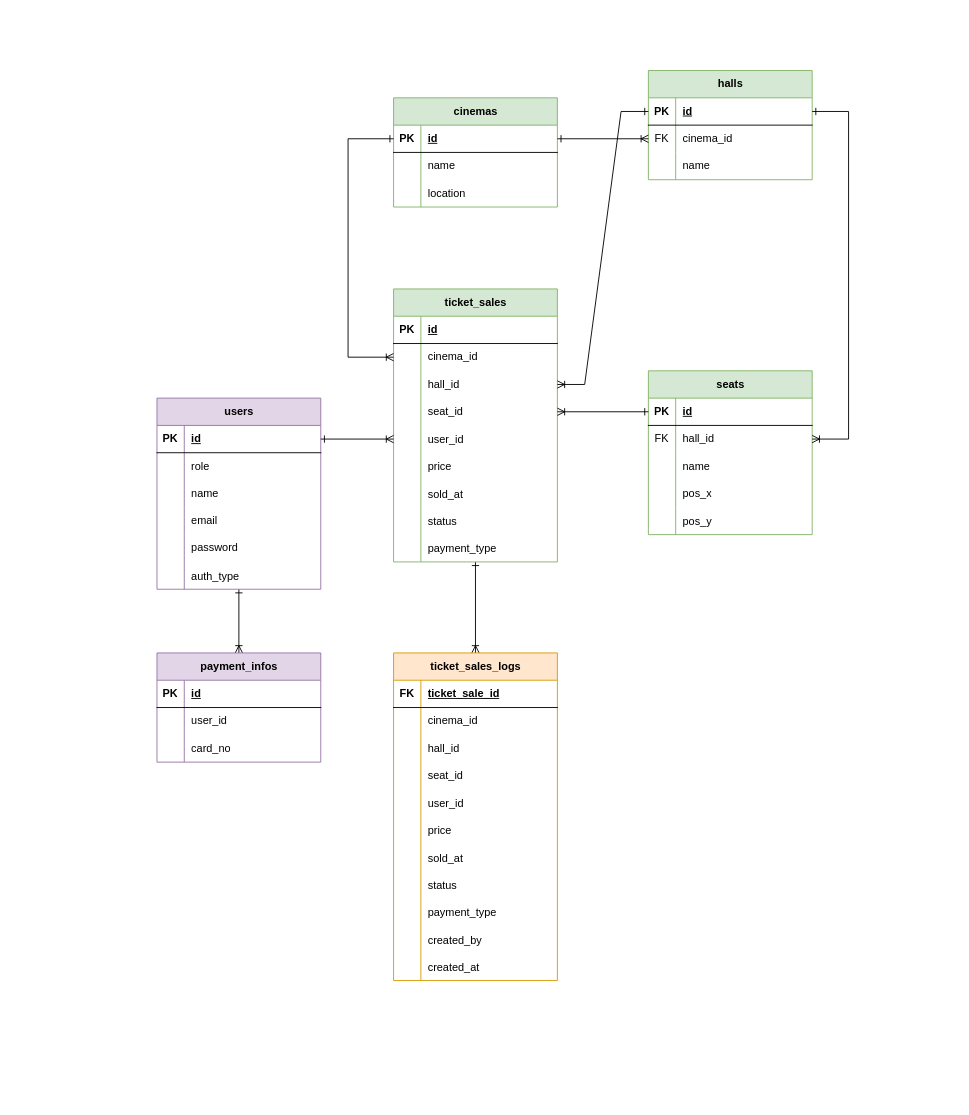
Earlier version of the draw.io diagram diagrams/data_schema/DataSchema.drawio (wai-lin/m5_cinema_system). Source tidied: cells renumbered, new cells numbered last; positions are measured from the earlier drawing's top-left corner, leaving out a move shared by most shapes. Both pictures are drawn from the tidied source at 91%, with x=0, y=0 at pixel (157, 70).
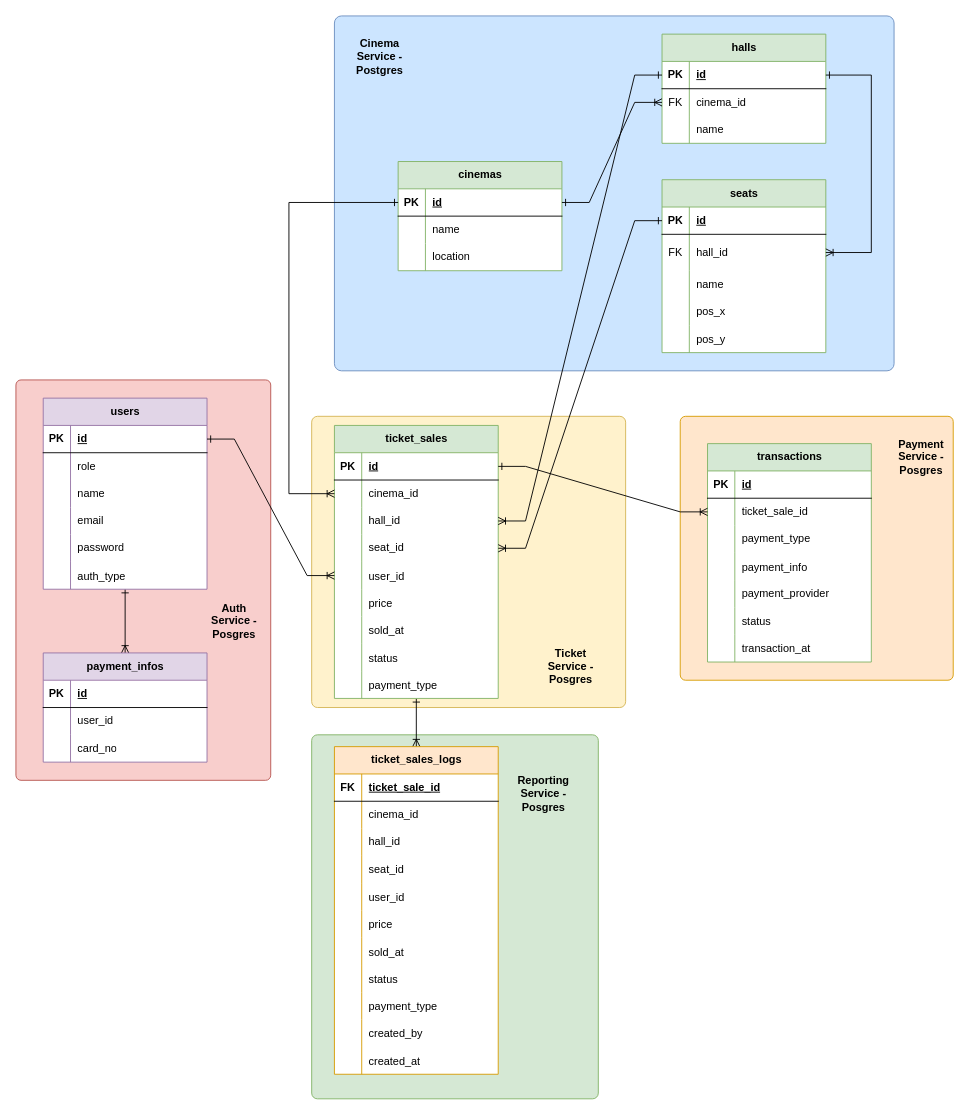
After the change.

Commit message (it also covers changes not shown here):
separate data schemas by services

The change refers to these unchanged cells:
```xml
<mxCell id="3" style="shape=tableRow;horizontal=0;startSize=0;swimlaneHead=0;swimlaneBody=0;fillColor=none;points=[[0,0.5],[1,0.5]];portConstraint=eastwest;top=0;left=0;right=0;bottom=1;" parent="2" vertex="1">
  <mxGeometry y="30" width="180" height="30" as="geometry" />
</mxCell>
<mxCell id="13" style="shape=tableRow;horizontal=0;startSize=0;swimlaneHead=0;swimlaneBody=0;fillColor=none;points=[[0,0.5],[1,0.5]];portConstraint=eastwest;top=0;left=0;right=0;bottom=1;" parent="12" vertex="1">
  <mxGeometry y="30" width="180" height="30" as="geometry" />
</mxCell>
<mxCell id="16" style="shape=tableRow;horizontal=0;startSize=0;swimlaneHead=0;swimlaneBody=0;fillColor=none;points=[[0,0.5],[1,0.5]];portConstraint=eastwest;top=0;left=0;right=0;bottom=0;" parent="12" vertex="1">
  <mxGeometry y="60" width="180" height="30" as="geometry" />
</mxCell>
<mxCell id="23" style="shape=tableRow;horizontal=0;startSize=0;swimlaneHead=0;swimlaneBody=0;fillColor=none;points=[[0,0.5],[1,0.5]];portConstraint=eastwest;top=0;left=0;right=0;bottom=1;" parent="22" vertex="1">
  <mxGeometry y="30" width="180" height="30" as="geometry" />
</mxCell>
<mxCell id="40" style="shape=tableRow;horizontal=0;startSize=0;swimlaneHead=0;swimlaneBody=0;fillColor=none;points=[[0,0.5],[1,0.5]];portConstraint=eastwest;top=0;left=0;right=0;bottom=1;" parent="39" vertex="1">
  <mxGeometry y="30" width="180" height="30" as="geometry" />
</mxCell>
<mxCell id="43" style="shape=tableRow;horizontal=0;startSize=0;swimlaneHead=0;swimlaneBody=0;fillColor=none;points=[[0,0.5],[1,0.5]];portConstraint=eastwest;top=0;left=0;right=0;bottom=0;" parent="39" vertex="1">
  <mxGeometry y="60" width="180" height="30" as="geometry" />
</mxCell>
<mxCell id="49" style="shape=tableRow;horizontal=0;startSize=0;swimlaneHead=0;swimlaneBody=0;fillColor=none;points=[[0,0.5],[1,0.5]];portConstraint=eastwest;top=0;left=0;right=0;bottom=0;" parent="39" vertex="1">
  <mxGeometry y="120" width="180" height="30" as="geometry" />
</mxCell>
<mxCell id="52" style="shape=tableRow;horizontal=0;startSize=0;swimlaneHead=0;swimlaneBody=0;fillColor=none;points=[[0,0.5],[1,0.5]];portConstraint=eastwest;top=0;left=0;right=0;bottom=0;" parent="39" vertex="1">
  <mxGeometry y="150" width="180" height="30" as="geometry" />
</mxCell>
<mxCell id="69" style="shape=tableRow;horizontal=0;startSize=0;swimlaneHead=0;swimlaneBody=0;fillColor=none;points=[[0,0.5],[1,0.5]];portConstraint=eastwest;top=0;left=0;right=0;bottom=1;" parent="68" vertex="1">
  <mxGeometry y="30" width="180" height="30" as="geometry" />
</mxCell>
```

Change to the diagram source:
```diff
@@
+    <mxCell id="137" style="rounded=1;whiteSpace=wrap;html=1;arcSize=2;fillColor=#ffe6cc;strokeColor=#d79b00;" parent="1" vertex="1">
+      <mxGeometry x="575" y="380" width="300" height="290" as="geometry" />
+    </mxCell>
+    <mxCell id="138" style="rounded=1;whiteSpace=wrap;html=1;arcSize=2;fillColor=#f8cecc;strokeColor=#b85450;" parent="1" vertex="1">
+      <mxGeometry x="-155" y="340" width="280" height="440" as="geometry" />
+    </mxCell>
+    <mxCell id="139" style="rounded=1;whiteSpace=wrap;html=1;arcSize=2;fillColor=#d5e8d4;strokeColor=#82b366;" parent="1" vertex="1">
+      <mxGeometry x="170" y="730" width="315" height="400" as="geometry" />
+    </mxCell>
+    <mxCell id="140" style="rounded=1;whiteSpace=wrap;html=1;arcSize=2;fillColor=#fff2cc;strokeColor=#d6b656;" parent="1" vertex="1">
+      <mxGeometry x="170" y="380" width="345" height="320" as="geometry" />
+    </mxCell>
+    <mxCell id="141" style="rounded=1;whiteSpace=wrap;html=1;arcSize=2;fillColor=#CCE5FF;strokeColor=#6c8ebf;" parent="1" vertex="1">
+      <mxGeometry x="195" y="-60" width="615" height="390" as="geometry" />
+    </mxCell>
-    <mxCell id="2" value="cinemas" style="shape=table;startSize=30;childLayout=tableLayout;rowLines=0;fontStyle=1;align=center;html=1;fillColor=#d5e8d4;strokeColor=#82b366;" parent="1" vertex="1">
-      <mxGeometry x="260" y="30" width="180" height="120" as="geometry" />
+    <mxCell id="2" value="cinemas" style="shape=table;startSize=30;childLayout=tableLayout;rowLines=0;fontStyle=1;align=center;html=1;fillColor=#d5e8d4;strokeColor=#82b366;swimlaneFillColor=default;" parent="1" vertex="1">
+      <mxGeometry x="265" y="100" width="180" height="120" as="geometry" />
     </mxCell>
@@
-    <mxCell id="12" value="halls" style="shape=table;startSize=30;childLayout=tableLayout;rowLines=0;fontStyle=1;align=center;html=1;fillColor=#d5e8d4;strokeColor=#82b366;" parent="1" vertex="1">
-      <mxGeometry x="540" width="180" height="120" as="geometry" />
+    <mxCell id="12" value="halls" style="shape=table;startSize=30;childLayout=tableLayout;rowLines=0;fontStyle=1;align=center;html=1;fillColor=#d5e8d4;strokeColor=#82b366;swimlaneFillColor=default;" parent="1" vertex="1">
+      <mxGeometry x="555" y="-40" width="180" height="120" as="geometry" />
     </mxCell>
@@
-    <mxCell id="22" value="seats" style="shape=table;startSize=30;childLayout=tableLayout;rowLines=0;fontStyle=1;align=center;html=1;fillColor=#d5e8d4;strokeColor=#82b366;" parent="1" vertex="1">
-      <mxGeometry x="540" y="330" width="180" height="180" as="geometry" />
+    <mxCell id="22" value="seats" style="shape=table;startSize=30;childLayout=tableLayout;rowLines=0;fontStyle=1;align=center;html=1;fillColor=#d5e8d4;strokeColor=#82b366;swimlaneFillColor=default;" parent="1" vertex="1">
+      <mxGeometry x="555" y="120" width="180" height="190" as="geometry" />
     </mxCell>
@@
     <mxCell id="26" style="shape=tableRow;horizontal=0;startSize=0;swimlaneHead=0;swimlaneBody=0;fillColor=none;points=[[0,0.5],[1,0.5]];portConstraint=eastwest;top=0;left=0;right=0;bottom=0;" parent="22" vertex="1">
-      <mxGeometry y="60" width="180" height="30" as="geometry" />
+      <mxGeometry y="60" width="180" height="40" as="geometry" />
     </mxCell>
     <mxCell id="27" value="FK" style="shape=partialRectangle;fillColor=none;top=0;left=0;bottom=0;right=0;overflow=hidden;whiteSpace=wrap;html=1;" parent="26" vertex="1">
-      <mxGeometry width="30" height="30" as="geometry" />
+      <mxGeometry width="30" height="40" as="geometry" />
     </mxCell>
     <mxCell id="28" value="hall_id" style="shape=partialRectangle;fillColor=none;top=0;left=0;bottom=0;right=0;align=left;spacingLeft=6;overflow=hidden;whiteSpace=wrap;html=1;" parent="26" vertex="1">
-      <mxGeometry x="30" width="150" height="30" as="geometry" />
+      <mxGeometry x="30" width="150" height="40" as="geometry" />
     </mxCell>
     <mxCell id="29" style="shape=tableRow;horizontal=0;startSize=0;swimlaneHead=0;swimlaneBody=0;fillColor=none;top=0;left=0;right=0;bottom=0;" parent="22" vertex="1">
-      <mxGeometry y="90" width="180" height="30" as="geometry" />
+      <mxGeometry y="100" width="180" height="30" as="geometry" />
     </mxCell>
@@
     <mxCell id="32" style="shape=tableRow;horizontal=0;startSize=0;swimlaneHead=0;swimlaneBody=0;fillColor=none;top=0;left=0;right=0;bottom=0;" parent="22" vertex="1">
-      <mxGeometry y="120" width="180" height="30" as="geometry" />
+      <mxGeometry y="130" width="180" height="30" as="geometry" />
     </mxCell>
@@
     <mxCell id="35" style="shape=tableRow;horizontal=0;startSize=0;swimlaneHead=0;swimlaneBody=0;fillColor=none;top=0;left=0;right=0;bottom=0;" parent="22" vertex="1">
-      <mxGeometry y="150" width="180" height="30" as="geometry" />
+      <mxGeometry y="160" width="180" height="30" as="geometry" />
     </mxCell>
@@
-    <mxCell id="39" value="ticket_sales" style="shape=table;startSize=30;childLayout=tableLayout;rowLines=0;fontStyle=1;align=center;html=1;fillColor=#d5e8d4;strokeColor=#82b366;" parent="1" vertex="1">
-      <mxGeometry x="260" y="240" width="180" height="300" as="geometry" />
+    <mxCell id="39" value="ticket_sales" style="shape=table;startSize=30;childLayout=tableLayout;rowLines=0;fontStyle=1;align=center;html=1;fillColor=#d5e8d4;strokeColor=#82b366;swimlaneFillColor=default;" parent="1" vertex="1">
+      <mxGeometry x="195" y="390" width="180" height="300" as="geometry" />
     </mxCell>
@@
-    <mxCell id="68" value="users" style="shape=table;startSize=30;childLayout=tableLayout;rowLines=0;fontStyle=1;align=center;html=1;fillColor=#e1d5e7;strokeColor=#9673a6;" parent="1" vertex="1">
-      <mxGeometry y="360" width="180" height="210" as="geometry" />
+    <mxCell id="68" value="users" style="shape=table;startSize=30;childLayout=tableLayout;rowLines=0;fontStyle=1;align=center;html=1;fillColor=#e1d5e7;strokeColor=#9673a6;swimlaneFillColor=default;" parent="1" vertex="1">
+      <mxGeometry x="-125" y="360" width="180" height="210" as="geometry" />
     </mxCell>
@@
-    <mxCell id="87" style="rounded=0;jettySize=auto;html=1;entryX=0;entryY=0.5;entryDx=0;entryDy=0;startArrow=ERone;startFill=0;endArrow=ERoneToMany;endFill=0;" parent="1" edge="1" source="3" target="16">
+    <mxCell id="87" style="rounded=0;jettySize=auto;html=1;entryX=0;entryY=0.5;entryDx=0;entryDy=0;startArrow=ERone;startFill=0;endArrow=ERoneToMany;endFill=0;edgeStyle=entityRelationEdgeStyle;" parent="1" edge="1" source="3" target="16">
       <mxGeometry relative="1" as="geometry" />
     </mxCell>
-    <mxCell id="88" style="edgeStyle=orthogonalEdgeStyle;rounded=0;jettySize=auto;html=1;elbow=vertical;endArrow=ERoneToMany;endFill=0;startArrow=ERone;startFill=0;exitX=0;exitY=0.5;exitDx=0;exitDy=0;" parent="1" edge="1" source="3">
-      <mxGeometry relative="1" as="geometry">
-        <mxPoint x="260" y="315" as="targetPoint" />
-        <Array as="points">
-          <mxPoint x="210" y="75" />
-          <mxPoint x="210" y="315" />
-        </Array>
-      </mxGeometry>
-    </mxCell>
@@
-    <mxCell id="90" style="rounded=0;jettySize=auto;html=1;endArrow=ERoneToMany;endFill=0;startArrow=ERone;startFill=0;" parent="1" edge="1" source="69" target="52">
+    <mxCell id="90" style="rounded=0;jettySize=auto;html=1;endArrow=ERoneToMany;endFill=0;startArrow=ERone;startFill=0;edgeStyle=entityRelationEdgeStyle;" parent="1" edge="1" source="69" target="52">
       <mxGeometry relative="1" as="geometry" />
     </mxCell>
-    <mxCell id="91" style="rounded=0;jettySize=auto;html=1;endArrow=ERoneToMany;endFill=0;startArrow=ERone;startFill=0;" parent="1" edge="1" source="23" target="49">
+    <mxCell id="91" style="rounded=0;jettySize=auto;html=1;endArrow=ERoneToMany;endFill=0;startArrow=ERone;startFill=0;edgeStyle=entityRelationEdgeStyle;" parent="1" edge="1" source="23" target="49">
       <mxGeometry relative="1" as="geometry" />
     </mxCell>
     <mxCell id="92" style="edgeStyle=orthogonalEdgeStyle;rounded=0;jettySize=auto;html=1;entryX=1;entryY=0.5;entryDx=0;entryDy=0;startArrow=ERone;startFill=0;endArrow=ERoneToMany;endFill=0;exitX=1;exitY=0.5;exitDx=0;exitDy=0;" parent="1" edge="1" source="13" target="26">
       <mxGeometry relative="1" as="geometry">
         <Array as="points">
-          <mxPoint x="760" y="45" />
-          <mxPoint x="760" y="405" />
+          <mxPoint x="785" y="5" />
+          <mxPoint x="785" y="200" />
         </Array>
       </mxGeometry>
     </mxCell>
-    <mxCell id="93" value="ticket_sales_logs" style="shape=table;startSize=30;childLayout=tableLayout;rowLines=0;fontStyle=1;align=center;html=1;fillColor=#ffe6cc;strokeColor=#d79b00;" parent="1" vertex="1">
-      <mxGeometry x="260" y="640" width="180" height="360" as="geometry" />
+    <mxCell id="93" value="ticket_sales_logs" style="shape=table;startSize=30;childLayout=tableLayout;rowLines=0;fontStyle=1;align=center;html=1;fillColor=#ffe6cc;strokeColor=#d79b00;swimlaneFillColor=default;" parent="1" vertex="1">
+      <mxGeometry x="195" y="743" width="180" height="360" as="geometry" />
     </mxCell>
@@
-    <mxCell id="127" value="payment_infos" style="shape=table;startSize=30;childLayout=tableLayout;rowLines=0;fontStyle=1;align=center;html=1;fillColor=#e1d5e7;strokeColor=#9673a6;" parent="1" vertex="1">
-      <mxGeometry y="640" width="180" height="120" as="geometry" />
+    <mxCell id="127" value="payment_infos" style="shape=table;startSize=30;childLayout=tableLayout;rowLines=0;fontStyle=1;align=center;html=1;fillColor=#e1d5e7;strokeColor=#9673a6;swimlaneFillColor=default;" parent="1" vertex="1">
+      <mxGeometry x="-125" y="640" width="180" height="120" as="geometry" />
     </mxCell>
@@
+    <mxCell id="142" style="edgeStyle=orthogonalEdgeStyle;rounded=0;jettySize=auto;html=1;entryX=0;entryY=0.5;entryDx=0;entryDy=0;startArrow=ERone;startFill=0;endArrow=ERoneToMany;endFill=0;" parent="1" edge="1" source="3" target="43">
+      <mxGeometry relative="1" as="geometry">
+        <Array as="points">
+          <mxPoint x="145" y="145" />
+          <mxPoint x="145" y="465" />
+        </Array>
+      </mxGeometry>
+    </mxCell>
+    <mxCell id="143" value="&lt;div&gt;Cinema Service -&lt;/div&gt;Postgres" style="text;html=1;whiteSpace=wrap;strokeColor=none;fillColor=none;align=center;verticalAlign=middle;rounded=0;fontStyle=1;" parent="1" vertex="1">
+      <mxGeometry x="215" y="-30" width="60" height="30" as="geometry" />
+    </mxCell>
+    <mxCell id="144" value="&lt;div&gt;Ticket&lt;/div&gt;&lt;div&gt;Service -&lt;/div&gt;&lt;div&gt;Posgres&lt;/div&gt;" style="text;html=1;whiteSpace=wrap;strokeColor=none;fillColor=none;align=center;verticalAlign=middle;rounded=0;fontStyle=1;" parent="1" vertex="1">
+      <mxGeometry x="425" y="640" width="60" height="30" as="geometry" />
+    </mxCell>
+    <mxCell id="145" value="&lt;div&gt;&lt;span style=&quot;background-color: transparent; color: light-dark(rgb(0, 0, 0), rgb(255, 255, 255));&quot;&gt;Auth&lt;/span&gt;&lt;/div&gt;&lt;div&gt;&lt;span style=&quot;background-color: transparent; color: light-dark(rgb(0, 0, 0), rgb(255, 255, 255));&quot;&gt;Service -&lt;/span&gt;&lt;/div&gt;&lt;div&gt;Posgres&lt;/div&gt;" style="text;html=1;whiteSpace=wrap;strokeColor=none;fillColor=none;align=center;verticalAlign=middle;rounded=0;fontStyle=1;" parent="1" vertex="1">
+      <mxGeometry x="55" y="590" width="60" height="30" as="geometry" />
+    </mxCell>
+    <mxCell id="146" value="&lt;div&gt;Reporting&lt;/div&gt;&lt;div&gt;Service -&lt;/div&gt;&lt;div&gt;Posgres&lt;/div&gt;" style="text;html=1;whiteSpace=wrap;strokeColor=none;fillColor=none;align=center;verticalAlign=middle;rounded=0;fontStyle=1;" parent="1" vertex="1">
+      <mxGeometry x="395" y="780" width="60" height="30" as="geometry" />
+    </mxCell>
+    <mxCell id="147" value="transactions" style="shape=table;startSize=30;childLayout=tableLayout;rowLines=0;fontStyle=1;align=center;html=1;fillColor=#d5e8d4;strokeColor=#82b366;swimlaneFillColor=default;" parent="1" vertex="1">
+      <mxGeometry x="605" y="410" width="180" height="240" as="geometry" />
+    </mxCell>
+    <mxCell id="148" style="shape=tableRow;horizontal=0;startSize=0;swimlaneHead=0;swimlaneBody=0;fillColor=none;top=0;left=0;right=0;bottom=1;" parent="147" vertex="1">
+      <mxGeometry y="30" width="180" height="30" as="geometry" />
+    </mxCell>
+    <mxCell id="149" value="PK" style="shape=partialRectangle;fillColor=none;top=0;left=0;bottom=0;right=0;fontStyle=1;overflow=hidden;whiteSpace=wrap;html=1;" parent="148" vertex="1">
+      <mxGeometry width="30" height="30" as="geometry" />
+    </mxCell>
+    <mxCell id="150" value="id" style="shape=partialRectangle;fillColor=none;top=0;left=0;bottom=0;right=0;align=left;spacingLeft=6;fontStyle=5;overflow=hidden;whiteSpace=wrap;html=1;" parent="148" vertex="1">
+      <mxGeometry x="30" width="150" height="30" as="geometry" />
+    </mxCell>
+    <mxCell id="151" style="shape=tableRow;horizontal=0;startSize=0;swimlaneHead=0;swimlaneBody=0;fillColor=none;points=[[0,0.5],[1,0.5]];portConstraint=eastwest;top=0;left=0;right=0;bottom=0;" parent="147" vertex="1">
+      <mxGeometry y="60" width="180" height="30" as="geometry" />
+    </mxCell>
+    <mxCell id="152" style="shape=partialRectangle;fillColor=none;top=0;left=0;bottom=0;right=0;overflow=hidden;whiteSpace=wrap;html=1;" parent="151" vertex="1">
+      <mxGeometry width="30" height="30" as="geometry" />
+    </mxCell>
+    <mxCell id="153" value="ticket_sale_id" style="shape=partialRectangle;fillColor=none;top=0;left=0;bottom=0;right=0;align=left;spacingLeft=6;overflow=hidden;whiteSpace=wrap;html=1;" parent="151" vertex="1">
+      <mxGeometry x="30" width="150" height="30" as="geometry" />
+    </mxCell>
+    <mxCell id="154" style="shape=tableRow;horizontal=0;startSize=0;swimlaneHead=0;swimlaneBody=0;fillColor=none;top=0;left=0;right=0;bottom=0;" parent="147" vertex="1">
+      <mxGeometry y="90" width="180" height="30" as="geometry" />
+    </mxCell>
+    <mxCell id="155" style="shape=partialRectangle;fillColor=none;top=0;left=0;bottom=0;right=0;overflow=hidden;whiteSpace=wrap;html=1;" parent="154" vertex="1">
+      <mxGeometry width="30" height="30" as="geometry" />
+    </mxCell>
+    <mxCell id="156" value="payment_type" style="shape=partialRectangle;fillColor=none;top=0;left=0;bottom=0;right=0;align=left;spacingLeft=6;overflow=hidden;whiteSpace=wrap;html=1;" parent="154" vertex="1">
+      <mxGeometry x="30" width="150" height="30" as="geometry" />
+    </mxCell>
+    <mxCell id="157" style="shape=tableRow;horizontal=0;startSize=0;swimlaneHead=0;swimlaneBody=0;fillColor=none;top=0;left=0;right=0;bottom=0;" parent="147" vertex="1">
+      <mxGeometry y="120" width="180" height="30" as="geometry" />
+    </mxCell>
+    <mxCell id="158" style="shape=partialRectangle;fillColor=none;top=0;left=0;bottom=0;right=0;overflow=hidden;" parent="157" vertex="1">
+      <mxGeometry width="30" height="30" as="geometry" />
+    </mxCell>
+    <mxCell id="159" value="payment_info" style="shape=partialRectangle;fillColor=none;top=0;left=0;bottom=0;right=0;align=left;spacingLeft=6;overflow=hidden;" parent="157" vertex="1">
+      <mxGeometry x="30" width="150" height="30" as="geometry" />
+    </mxCell>
+    <mxCell id="160" style="shape=tableRow;horizontal=0;startSize=0;swimlaneHead=0;swimlaneBody=0;fillColor=none;top=0;left=0;right=0;bottom=0;" parent="147" vertex="1">
+      <mxGeometry y="150" width="180" height="30" as="geometry" />
+    </mxCell>
+    <mxCell id="161" style="shape=partialRectangle;fillColor=none;top=0;left=0;bottom=0;right=0;overflow=hidden;whiteSpace=wrap;html=1;" parent="160" vertex="1">
+      <mxGeometry width="30" height="30" as="geometry" />
+    </mxCell>
+    <mxCell id="162" value="payment_provider" style="shape=partialRectangle;fillColor=none;top=0;left=0;bottom=0;right=0;align=left;spacingLeft=6;overflow=hidden;whiteSpace=wrap;html=1;" parent="160" vertex="1">
+      <mxGeometry x="30" width="150" height="30" as="geometry" />
+    </mxCell>
+    <mxCell id="163" style="shape=tableRow;horizontal=0;startSize=0;swimlaneHead=0;swimlaneBody=0;fillColor=none;top=0;left=0;right=0;bottom=0;" parent="147" vertex="1">
+      <mxGeometry y="180" width="180" height="30" as="geometry" />
+    </mxCell>
+    <mxCell id="164" style="shape=partialRectangle;fillColor=none;top=0;left=0;bottom=0;right=0;overflow=hidden;" parent="163" vertex="1">
+      <mxGeometry width="30" height="30" as="geometry" />
+    </mxCell>
+    <mxCell id="165" value="status" style="shape=partialRectangle;fillColor=none;top=0;left=0;bottom=0;right=0;align=left;spacingLeft=6;overflow=hidden;" parent="163" vertex="1">
+      <mxGeometry x="30" width="150" height="30" as="geometry" />
+    </mxCell>
+    <mxCell id="166" style="shape=tableRow;horizontal=0;startSize=0;swimlaneHead=0;swimlaneBody=0;fillColor=none;top=0;left=0;right=0;bottom=0;" parent="147" vertex="1">
+      <mxGeometry y="210" width="180" height="30" as="geometry" />
+    </mxCell>
+    <mxCell id="167" style="shape=partialRectangle;fillColor=none;top=0;left=0;bottom=0;right=0;overflow=hidden;" parent="166" vertex="1">
+      <mxGeometry width="30" height="30" as="geometry" />
+    </mxCell>
+    <mxCell id="168" value="transaction_at" style="shape=partialRectangle;fillColor=none;top=0;left=0;bottom=0;right=0;align=left;spacingLeft=6;overflow=hidden;" parent="166" vertex="1">
+      <mxGeometry x="30" width="150" height="30" as="geometry" />
+    </mxCell>
+    <mxCell id="169" style="edgeStyle=entityRelationEdgeStyle;rounded=0;jettySize=auto;html=1;endArrow=ERoneToMany;endFill=0;startArrow=ERone;startFill=0;" parent="1" edge="1" source="40" target="151">
+      <mxGeometry relative="1" as="geometry" />
+    </mxCell>
+    <mxCell id="170" value="&lt;div&gt;Payment&lt;/div&gt;&lt;div&gt;Service -&lt;/div&gt;&lt;div&gt;Posgres&lt;/div&gt;" style="text;html=1;whiteSpace=wrap;strokeColor=none;fillColor=none;align=center;verticalAlign=middle;rounded=0;fontStyle=1;" parent="1" vertex="1">
+      <mxGeometry x="810" y="410" width="60" height="30" as="geometry" />
+    </mxCell>
```
